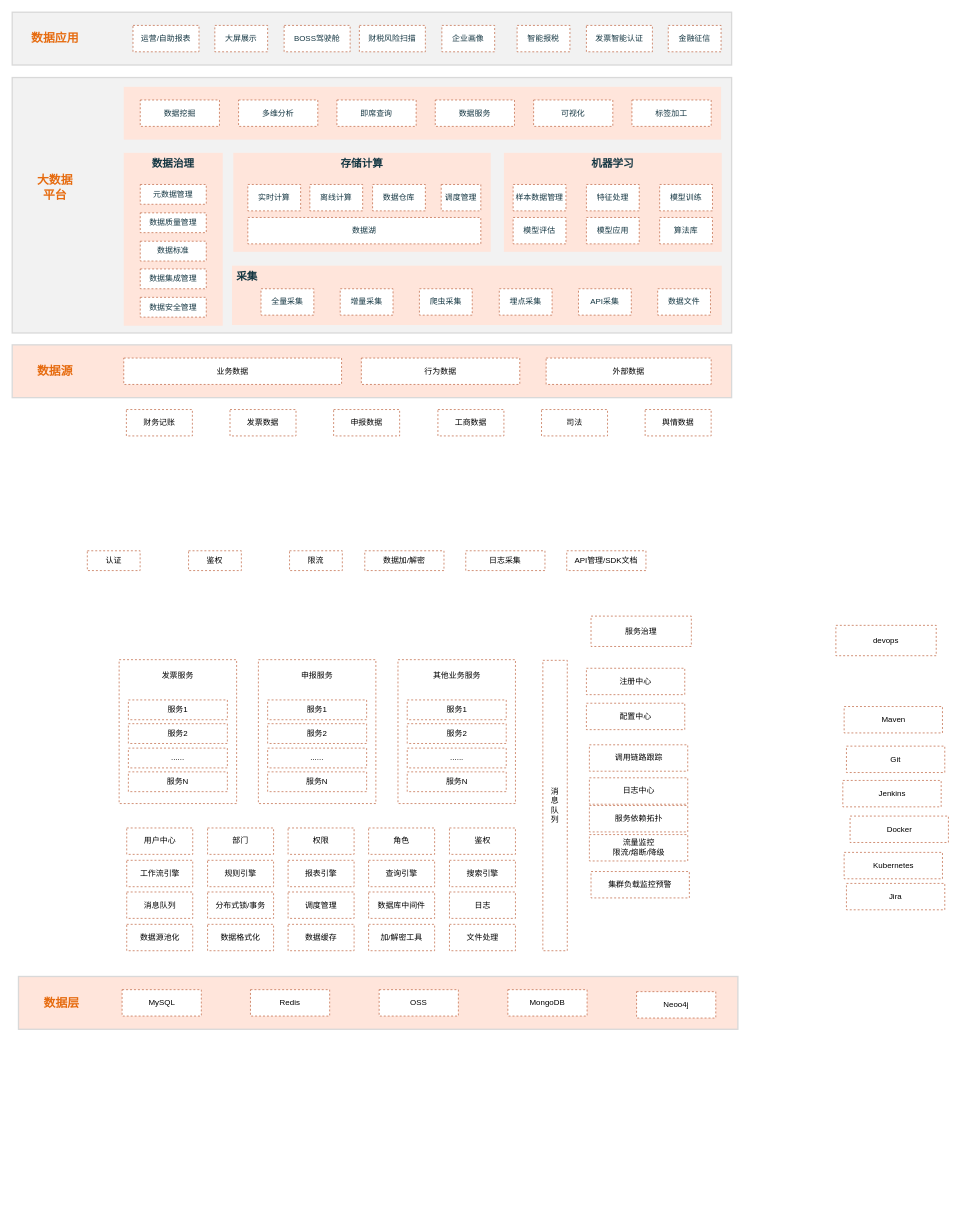
Above: 大数据.drawio in xingzhihe/hello-world (draw.io), before the change. Source tidied: cells renumbered, new cells numbered last; positions are measured from the earlier drawing's top-left corner, leaving out a move shared by most shapes. Both pictures are drawn from the tidied source at 66%, with x=0, y=0 at pixel (12, 12).
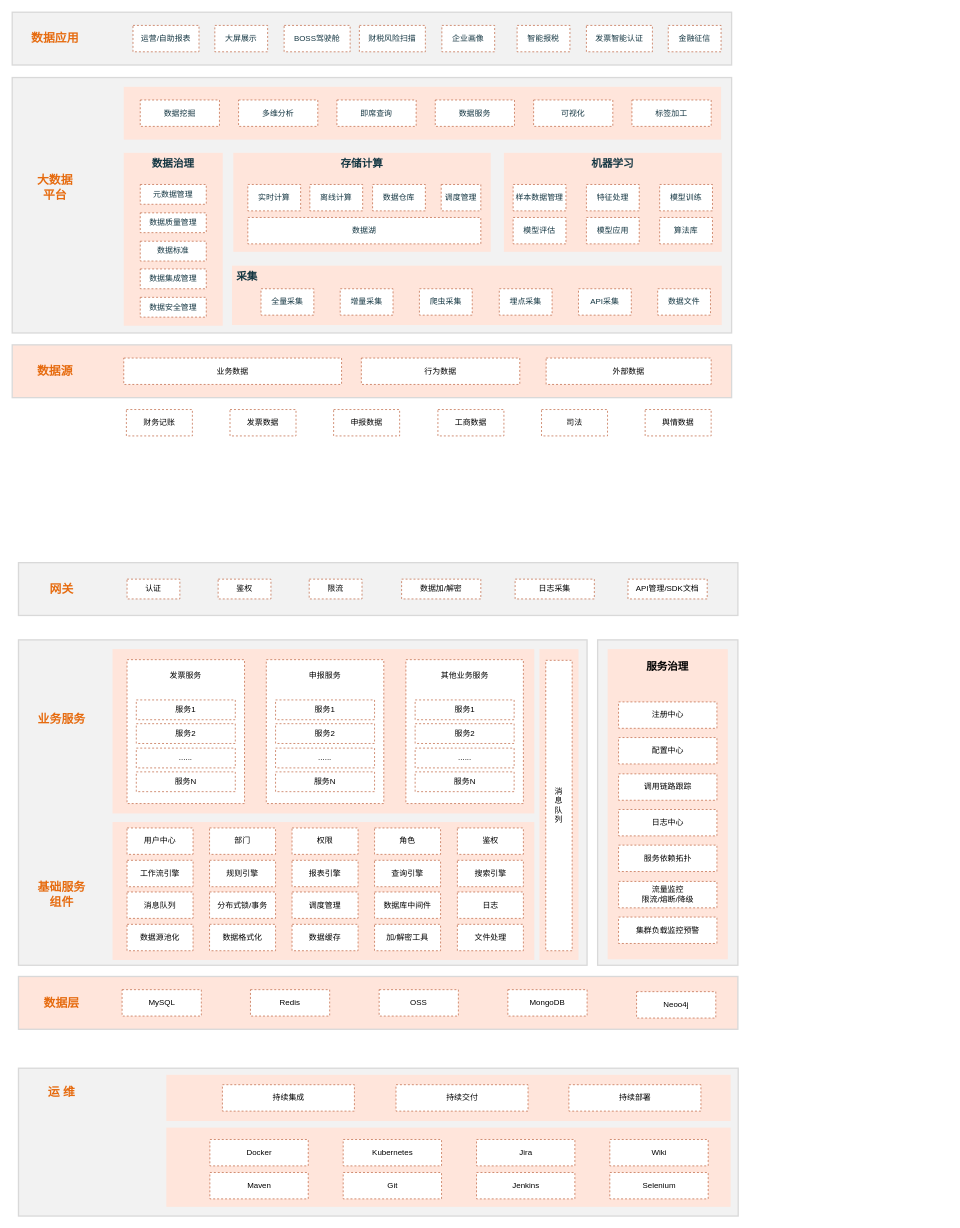
Above is the later version.

Commit message:
更新大数据.drawio

Change to the diagram source:
```diff
@@
+    <mxCell id="125" style="whiteSpace=wrap;html=1;fontSize=18;fontStyle=1;strokeWidth=2;fillColor=#F2F2F2;strokeColor=#D9D9D9;" parent="1" vertex="1">
+      <mxGeometry x="9.5" y="1600" width="1090.5" height="224" as="geometry" />
+    </mxCell>
+    <mxCell id="126" style="whiteSpace=wrap;html=1;strokeColor=none;dashed=1;verticalAlign=top;spacingTop=0;fillColor=#FFE5DB;fontSize=16;" parent="1" vertex="1">
+      <mxGeometry x="233.5" y="1610" width="855" height="70" as="geometry" />
+    </mxCell>
+    <mxCell id="127" style="whiteSpace=wrap;html=1;strokeColor=none;dashed=1;verticalAlign=top;spacingTop=0;fillColor=#FFE5DB;fontSize=16;" parent="1" vertex="1">
+      <mxGeometry x="233.5" y="1690" width="855" height="120" as="geometry" />
+    </mxCell>
+    <mxCell id="128" style="whiteSpace=wrap;html=1;fontSize=18;fontStyle=1;strokeWidth=2;fillColor=#F2F2F2;strokeColor=#D9D9D9;" parent="1" vertex="1">
+      <mxGeometry x="9.5" y="834" width="1090" height="80" as="geometry" />
+    </mxCell>
+    <mxCell id="129" value="网关" style="whiteSpace=wrap;html=1;fillColor=none;strokeColor=none;fontStyle=1;fontSize=18;fontColor=#E66B0F;" parent="1" vertex="1">
+      <mxGeometry x="14.5" y="854" width="120" height="40" as="geometry" />
+    </mxCell>
+    <mxCell id="130" style="whiteSpace=wrap;html=1;fontSize=18;fontStyle=1;strokeWidth=2;fillColor=#F2F2F2;strokeColor=#D9D9D9;" parent="1" vertex="1">
+      <mxGeometry x="9.5" y="951" width="861.5" height="493" as="geometry" />
+    </mxCell>
+    <mxCell id="131" style="whiteSpace=wrap;html=1;align=center;verticalAlign=top;fontSize=16;fontStyle=1;fillColor=#FFE5DB;strokeColor=none;fontColor=#143642;" parent="1" vertex="1">
+      <mxGeometry x="798.8" y="965" width="59.2" height="471" as="geometry" />
+    </mxCell>
+    <mxCell id="132" style="whiteSpace=wrap;html=1;align=center;verticalAlign=top;fontSize=16;fontStyle=1;fillColor=#FFE5DB;strokeColor=none;fontColor=#143642;" parent="1" vertex="1">
+      <mxGeometry x="152" y="1227" width="639" height="209" as="geometry" />
+    </mxCell>
+    <mxCell id="133" style="whiteSpace=wrap;html=1;align=center;verticalAlign=top;fontSize=16;fontStyle=1;fillColor=#FFE5DB;strokeColor=none;fontColor=#143642;" parent="1" vertex="1">
+      <mxGeometry x="152" y="965" width="639" height="249" as="geometry" />
+    </mxCell>
+    <mxCell id="134" value="基础服务&lt;br&gt;组件" style="whiteSpace=wrap;html=1;fontSize=18;fontStyle=1;strokeColor=none;fillColor=none;fontColor=#E66B0F;" parent="1" vertex="1">
+      <mxGeometry x="14.5" y="1317" width="120" height="40" as="geometry" />
+    </mxCell>
@@
     <mxCell id="63" value="数据源池化" style="whiteSpace=wrap;html=1;strokeColor=#BB5933;dashed=1;" parent="1" vertex="1">
-      <mxGeometry x="173.5" y="1382" width="100" height="40" as="geometry" />
+      <mxGeometry x="174" y="1382" width="100" height="40" as="geometry" />
     </mxCell>
     <mxCell id="64" value="数据格式化" style="whiteSpace=wrap;html=1;strokeColor=#BB5933;dashed=1;" parent="1" vertex="1">
-      <mxGeometry x="296" y="1382" width="100" height="40" as="geometry" />
+      <mxGeometry x="299" y="1382" width="100" height="40" as="geometry" />
     </mxCell>
     <mxCell id="65" value="数据缓存" style="whiteSpace=wrap;html=1;strokeColor=#BB5933;dashed=1;" parent="1" vertex="1">
-      <mxGeometry x="418" y="1382" width="100" height="40" as="geometry" />
+      <mxGeometry x="424" y="1382" width="100" height="40" as="geometry" />
     </mxCell>
     <mxCell id="66" value="加/解密工具" style="whiteSpace=wrap;html=1;strokeColor=#BB5933;dashed=1;" parent="1" vertex="1">
-      <mxGeometry x="540" y="1382" width="100" height="40" as="geometry" />
+      <mxGeometry x="549" y="1382" width="100" height="40" as="geometry" />
     </mxCell>
     <mxCell id="67" value="文件处理" style="whiteSpace=wrap;html=1;strokeColor=#BB5933;dashed=1;" parent="1" vertex="1">
-      <mxGeometry x="662.5" y="1382" width="100" height="40" as="geometry" />
+      <mxGeometry x="674.5" y="1382" width="100" height="40" as="geometry" />
     </mxCell>
     <mxCell id="68" value="消息队列" style="whiteSpace=wrap;html=1;strokeColor=#BB5933;dashed=1;" parent="1" vertex="1">
-      <mxGeometry x="173.5" y="1333" width="100" height="40" as="geometry" />
+      <mxGeometry x="174" y="1333" width="100" height="40" as="geometry" />
     </mxCell>
     <mxCell id="69" value="分布式锁/事务" style="whiteSpace=wrap;html=1;strokeColor=#BB5933;dashed=1;" parent="1" vertex="1">
-      <mxGeometry x="296" y="1333" width="100" height="40" as="geometry" />
+      <mxGeometry x="299" y="1333" width="100" height="40" as="geometry" />
     </mxCell>
     <mxCell id="70" value="调度管理" style="whiteSpace=wrap;html=1;strokeColor=#BB5933;dashed=1;" parent="1" vertex="1">
-      <mxGeometry x="418" y="1333" width="100" height="40" as="geometry" />
+      <mxGeometry x="424" y="1333" width="100" height="40" as="geometry" />
     </mxCell>
     <mxCell id="71" value="工作流引擎" style="whiteSpace=wrap;html=1;strokeColor=#BB5933;dashed=1;" parent="1" vertex="1">
-      <mxGeometry x="173.5" y="1285" width="100" height="40" as="geometry" />
+      <mxGeometry x="174" y="1285" width="100" height="40" as="geometry" />
     </mxCell>
     <mxCell id="72" value="搜索引擎" style="whiteSpace=wrap;html=1;strokeColor=#BB5933;dashed=1;" parent="1" vertex="1">
-      <mxGeometry x="662.5" y="1285" width="100" height="40" as="geometry" />
+      <mxGeometry x="674.5" y="1285" width="100" height="40" as="geometry" />
     </mxCell>
     <mxCell id="73" value="查询引擎" style="whiteSpace=wrap;html=1;strokeColor=#BB5933;dashed=1;" parent="1" vertex="1">
-      <mxGeometry x="540" y="1285" width="100" height="40" as="geometry" />
+      <mxGeometry x="549" y="1285" width="100" height="40" as="geometry" />
     </mxCell>
     <mxCell id="74" value="报表引擎" style="whiteSpace=wrap;html=1;strokeColor=#BB5933;dashed=1;" parent="1" vertex="1">
-      <mxGeometry x="418" y="1285" width="100" height="40" as="geometry" />
+      <mxGeometry x="424" y="1285" width="100" height="40" as="geometry" />
     </mxCell>
     <mxCell id="75" value="规则引擎" style="whiteSpace=wrap;html=1;strokeColor=#BB5933;dashed=1;" parent="1" vertex="1">
-      <mxGeometry x="296" y="1285" width="100" height="40" as="geometry" />
+      <mxGeometry x="299" y="1285" width="100" height="40" as="geometry" />
     </mxCell>
     <mxCell id="76" value="鉴权" style="whiteSpace=wrap;html=1;strokeColor=#BB5933;dashed=1;" parent="1" vertex="1">
-      <mxGeometry x="662.5" y="1236" width="100" height="40" as="geometry" />
+      <mxGeometry x="674.5" y="1236" width="100" height="40" as="geometry" />
     </mxCell>
     <mxCell id="77" value="日志" style="whiteSpace=wrap;html=1;strokeColor=#BB5933;dashed=1;" parent="1" vertex="1">
-      <mxGeometry x="662.5" y="1333" width="100" height="40" as="geometry" />
+      <mxGeometry x="674.5" y="1333" width="100" height="40" as="geometry" />
     </mxCell>
     <mxCell id="78" value="用户中心" style="whiteSpace=wrap;html=1;strokeColor=#BB5933;dashed=1;" parent="1" vertex="1">
-      <mxGeometry x="173.5" y="1236" width="100" height="40" as="geometry" />
+      <mxGeometry x="174" y="1236" width="100" height="40" as="geometry" />
     </mxCell>
     <mxCell id="79" value="部门" style="whiteSpace=wrap;html=1;strokeColor=#BB5933;dashed=1;" parent="1" vertex="1">
-      <mxGeometry x="296" y="1236" width="100" height="40" as="geometry" />
+      <mxGeometry x="299" y="1236" width="100" height="40" as="geometry" />
     </mxCell>
     <mxCell id="80" value="权限" style="whiteSpace=wrap;html=1;strokeColor=#BB5933;dashed=1;" parent="1" vertex="1">
-      <mxGeometry x="418" y="1236" width="100" height="40" as="geometry" />
+      <mxGeometry x="424" y="1236" width="100" height="40" as="geometry" />
     </mxCell>
     <mxCell id="81" value="角色" style="whiteSpace=wrap;html=1;strokeColor=#BB5933;dashed=1;" parent="1" vertex="1">
-      <mxGeometry x="540" y="1236" width="100" height="40" as="geometry" />
+      <mxGeometry x="549" y="1236" width="100" height="40" as="geometry" />
     </mxCell>
     <mxCell id="82" value="认证" style="whiteSpace=wrap;html=1;strokeColor=#BB5933;dashed=1;" parent="1" vertex="1">
-      <mxGeometry x="113.8" y="816" width="80" height="30" as="geometry" />
+      <mxGeometry x="174" y="859" width="80" height="30" as="geometry" />
     </mxCell>
     <mxCell id="83" value="限流" style="whiteSpace=wrap;html=1;strokeColor=#BB5933;dashed=1;" parent="1" vertex="1">
-      <mxGeometry x="420.2" y="816" width="80" height="30" as="geometry" />
+      <mxGeometry x="450" y="859" width="80" height="30" as="geometry" />
     </mxCell>
     <mxCell id="84" value="数据加/解密" style="whiteSpace=wrap;html=1;strokeColor=#BB5933;dashed=1;" parent="1" vertex="1">
-      <mxGeometry x="534.2" y="816" width="120" height="30" as="geometry" />
+      <mxGeometry x="590" y="859" width="120" height="30" as="geometry" />
     </mxCell>
     <mxCell id="85" value="日志采集" style="whiteSpace=wrap;html=1;strokeColor=#BB5933;dashed=1;" parent="1" vertex="1">
-      <mxGeometry x="687.2" y="816" width="120" height="30" as="geometry" />
+      <mxGeometry x="762" y="859" width="120" height="30" as="geometry" />
     </mxCell>
     <mxCell id="86" value="API管理/SDK文档" style="whiteSpace=wrap;html=1;strokeColor=#BB5933;dashed=1;" parent="1" vertex="1">
-      <mxGeometry x="840.2" y="816" width="120" height="30" as="geometry" />
+      <mxGeometry x="933" y="859" width="120" height="30" as="geometry" />
     </mxCell>
     <mxCell id="87" value="消&lt;br&gt;息&lt;br&gt;队&lt;br&gt;列" style="whiteSpace=wrap;html=1;strokeColor=#BB5933;dashed=1;" parent="1" vertex="1">
-      <mxGeometry x="804" y="982" width="37" height="440" as="geometry" />
+      <mxGeometry x="808.4" y="982" width="40" height="440" as="geometry" />
     </mxCell>
-    <mxCell id="88" value="服务治理" style="whiteSpace=wrap;html=1;strokeColor=#BB5933;dashed=1;" parent="1" vertex="1">
-      <mxGeometry x="877" y="915" width="152" height="46" as="geometry" />
-    </mxCell>
     <mxCell id="89" value="Maven" style="whiteSpace=wrap;html=1;strokeColor=#BB5933;dashed=1;" parent="1" vertex="1">
-      <mxGeometry x="1260.5" y="1052" width="149" height="40" as="geometry" />
+      <mxGeometry x="299.5" y="1758" width="149" height="40" as="geometry" />
     </mxCell>
     <mxCell id="90" value="Git" style="whiteSpace=wrap;html=1;strokeColor=#BB5933;dashed=1;" parent="1" vertex="1">
-      <mxGeometry x="1264" y="1112" width="149" height="40" as="geometry" />
+      <mxGeometry x="501.5" y="1758" width="149" height="40" as="geometry" />
     </mxCell>
-    <mxCell id="91" value="调用链路跟踪" style="whiteSpace=wrap;html=1;strokeColor=#BB5933;dashed=1;" parent="1" vertex="1">
-      <mxGeometry x="874.5" y="1110" width="149" height="40" as="geometry" />
-    </mxCell>
-    <mxCell id="92" value="日志中心" style="whiteSpace=wrap;html=1;strokeColor=#BB5933;dashed=1;" parent="1" vertex="1">
-      <mxGeometry x="874.5" y="1160" width="149" height="40" as="geometry" />
-    </mxCell>
-    <mxCell id="93" value="集群负载监控预警" style="whiteSpace=wrap;html=1;strokeColor=#BB5933;dashed=1;" parent="1" vertex="1">
-      <mxGeometry x="877" y="1302" width="149" height="40" as="geometry" />
-    </mxCell>
     <mxCell id="94" value="Docker" style="whiteSpace=wrap;html=1;strokeColor=#BB5933;dashed=1;" parent="1" vertex="1">
-      <mxGeometry x="1269.5" y="1218" width="149" height="40" as="geometry" />
+      <mxGeometry x="299.5" y="1708" width="149" height="40" as="geometry" />
     </mxCell>
     <mxCell id="95" value="Jenkins" style="whiteSpace=wrap;html=1;strokeColor=#BB5933;dashed=1;" parent="1" vertex="1">
-      <mxGeometry x="1258.5" y="1164" width="149" height="40" as="geometry" />
+      <mxGeometry x="703.5" y="1758" width="149" height="40" as="geometry" />
     </mxCell>
-    <mxCell id="96" value="流量监控&lt;br&gt;限流/熔断/降级" style="whiteSpace=wrap;html=1;strokeColor=#BB5933;dashed=1;" parent="1" vertex="1">
-      <mxGeometry x="874.5" y="1246" width="149" height="40" as="geometry" />
-    </mxCell>
-    <mxCell id="97" value="配置中心" style="whiteSpace=wrap;html=1;strokeColor=#BB5933;dashed=1;" parent="1" vertex="1">
-      <mxGeometry x="870" y="1047" width="149" height="40" as="geometry" />
-    </mxCell>
-    <mxCell id="98" value="注册中心" style="whiteSpace=wrap;html=1;strokeColor=#BB5933;dashed=1;" parent="1" vertex="1">
-      <mxGeometry x="870" y="994" width="149" height="40" as="geometry" />
-    </mxCell>
     <mxCell id="99" value="Kubernetes" style="whiteSpace=wrap;html=1;strokeColor=#BB5933;dashed=1;" parent="1" vertex="1">
-      <mxGeometry x="1260.5" y="1273" width="149" height="40" as="geometry" />
+      <mxGeometry x="501.5" y="1708" width="149" height="40" as="geometry" />
     </mxCell>
     <mxCell id="100" value="Jira" style="whiteSpace=wrap;html=1;strokeColor=#BB5933;dashed=1;" parent="1" vertex="1">
-      <mxGeometry x="1264" y="1320" width="149" height="40" as="geometry" />
+      <mxGeometry x="703.5" y="1708" width="149" height="40" as="geometry" />
     </mxCell>
-    <mxCell id="101" value="devops" style="whiteSpace=wrap;html=1;strokeColor=#BB5933;dashed=1;" parent="1" vertex="1">
-      <mxGeometry x="1248" y="929" width="152" height="46" as="geometry" />
-    </mxCell>
-    <mxCell id="102" value="服务依赖拓扑" style="whiteSpace=wrap;html=1;strokeColor=#BB5933;dashed=1;" parent="1" vertex="1">
-      <mxGeometry x="874.5" y="1202" width="149" height="40" as="geometry" />
-    </mxCell>
@@
     <mxCell id="105" value="数据库中间件" style="whiteSpace=wrap;html=1;strokeColor=#BB5933;dashed=1;" parent="1" vertex="1">
-      <mxGeometry x="540" y="1333" width="100" height="40" as="geometry" />
+      <mxGeometry x="549" y="1333" width="100" height="40" as="geometry" />
     </mxCell>
-    <mxCell id="106" style="group;" parent="1" vertex="1">
-      <mxGeometry x="162" y="981" width="178" height="218" as="geometry" />
-    </mxCell>
-    <mxCell id="107" value="发票服务" style="whiteSpace=wrap;html=1;strokeColor=#BB5933;dashed=1;verticalAlign=top;spacingBottom=0;spacingTop=10;" parent="106" vertex="1">
-      <mxGeometry width="178" height="218" as="geometry" />
-    </mxCell>
-    <mxCell id="108" value="服务1" style="whiteSpace=wrap;html=1;strokeColor=#BB5933;dashed=1;" parent="106" vertex="1">
-      <mxGeometry x="14" y="61" width="150" height="30" as="geometry" />
-    </mxCell>
-    <mxCell id="109" value="服务2" style="whiteSpace=wrap;html=1;strokeColor=#BB5933;dashed=1;" parent="106" vertex="1">
-      <mxGeometry x="14" y="97" width="150" height="30" as="geometry" />
-    </mxCell>
-    <mxCell id="110" value="......" style="whiteSpace=wrap;html=1;strokeColor=#BB5933;dashed=1;" parent="106" vertex="1">
-      <mxGeometry x="14" y="134" width="150" height="30" as="geometry" />
-    </mxCell>
-    <mxCell id="111" value="服务N" style="whiteSpace=wrap;html=1;strokeColor=#BB5933;dashed=1;" parent="106" vertex="1">
-      <mxGeometry x="14" y="170" width="150" height="30" as="geometry" />
-    </mxCell>
     <mxCell id="112" style="group;" parent="1" vertex="1">
-      <mxGeometry x="373" y="981" width="178" height="218" as="geometry" />
+      <mxGeometry x="385" y="981" width="178" height="218" as="geometry" />
     </mxCell>
@@
     <mxCell id="118" style="group;" parent="1" vertex="1">
-      <mxGeometry x="584.5" y="981" width="178" height="218" as="geometry" />
+      <mxGeometry x="596.5" y="981" width="178" height="218" as="geometry" />
     </mxCell>
@@
     <mxCell id="124" value="鉴权" style="whiteSpace=wrap;html=1;strokeColor=#BB5933;dashed=1;" parent="1" vertex="1">
-      <mxGeometry x="267.2" y="816" width="80" height="30" as="geometry" />
+      <mxGeometry x="312" y="859" width="80" height="30" as="geometry" />
     </mxCell>
+    <mxCell id="135" value="业务服务" style="whiteSpace=wrap;html=1;fontSize=18;fontStyle=1;strokeColor=none;fillColor=none;fontColor=#E66B0F;" parent="1" vertex="1">
+      <mxGeometry x="14.5" y="1052" width="120" height="40" as="geometry" />
+    </mxCell>
+    <mxCell id="136" style="whiteSpace=wrap;html=1;fontSize=18;fontStyle=1;strokeWidth=2;fillColor=#F2F2F2;strokeColor=#D9D9D9;" parent="1" vertex="1">
+      <mxGeometry x="887" y="951" width="212.5" height="493" as="geometry" />
+    </mxCell>
+    <mxCell id="137" style="group;" parent="1" vertex="1">
+      <mxGeometry x="174" y="981" width="178" height="218" as="geometry" />
+    </mxCell>
+    <mxCell id="107" value="发票服务" style="whiteSpace=wrap;html=1;strokeColor=#BB5933;dashed=1;verticalAlign=top;spacingBottom=0;spacingTop=10;" parent="137" vertex="1">
+      <mxGeometry width="178" height="218" as="geometry" />
+    </mxCell>
+    <mxCell id="108" value="服务1" style="whiteSpace=wrap;html=1;strokeColor=#BB5933;dashed=1;" parent="137" vertex="1">
+      <mxGeometry x="14" y="61" width="150" height="30" as="geometry" />
+    </mxCell>
+    <mxCell id="109" value="服务2" style="whiteSpace=wrap;html=1;strokeColor=#BB5933;dashed=1;" parent="137" vertex="1">
+      <mxGeometry x="14" y="97" width="150" height="30" as="geometry" />
+    </mxCell>
+    <mxCell id="110" value="......" style="whiteSpace=wrap;html=1;strokeColor=#BB5933;dashed=1;" parent="137" vertex="1">
+      <mxGeometry x="14" y="134" width="150" height="30" as="geometry" />
+    </mxCell>
+    <mxCell id="111" value="服务N" style="whiteSpace=wrap;html=1;strokeColor=#BB5933;dashed=1;" parent="137" vertex="1">
+      <mxGeometry x="14" y="170" width="150" height="30" as="geometry" />
+    </mxCell>
+    <mxCell id="138" style="group;" parent="1" vertex="1">
+      <mxGeometry x="902.2" y="965" width="182" height="470" as="geometry" />
+    </mxCell>
+    <mxCell id="88" value="&lt;b style=&quot;font-size: 16px;&quot;&gt;&lt;font style=&quot;font-size: 16px;&quot;&gt;服务治理&lt;/font&gt;&lt;/b&gt;" style="whiteSpace=wrap;html=1;strokeColor=none;dashed=1;verticalAlign=top;spacingTop=10;fillColor=#FFE5DB;fontSize=16;" parent="138" vertex="1">
+      <mxGeometry width="182" height="470" as="geometry" />
+    </mxCell>
+    <mxCell id="91" value="调用链路跟踪" style="whiteSpace=wrap;html=1;strokeColor=#BB5933;dashed=1;" parent="138" vertex="1">
+      <mxGeometry x="16.5" y="189" width="149" height="40" as="geometry" />
+    </mxCell>
+    <mxCell id="92" value="日志中心" style="whiteSpace=wrap;html=1;strokeColor=#BB5933;dashed=1;" parent="138" vertex="1">
+      <mxGeometry x="16.5" y="243" width="149" height="40" as="geometry" />
+    </mxCell>
+    <mxCell id="93" value="集群负载监控预警" style="whiteSpace=wrap;html=1;strokeColor=#BB5933;dashed=1;" parent="138" vertex="1">
+      <mxGeometry x="16.5" y="406" width="149" height="40" as="geometry" />
+    </mxCell>
+    <mxCell id="96" value="流量监控&lt;br&gt;限流/熔断/降级" style="whiteSpace=wrap;html=1;strokeColor=#BB5933;dashed=1;" parent="138" vertex="1">
+      <mxGeometry x="16.5" y="352" width="149" height="40" as="geometry" />
+    </mxCell>
+    <mxCell id="97" value="配置中心" style="whiteSpace=wrap;html=1;strokeColor=#BB5933;dashed=1;" parent="138" vertex="1">
+      <mxGeometry x="16.5" y="134" width="149" height="40" as="geometry" />
+    </mxCell>
+    <mxCell id="98" value="注册中心" style="whiteSpace=wrap;html=1;strokeColor=#BB5933;dashed=1;" parent="138" vertex="1">
+      <mxGeometry x="16.5" y="80" width="149" height="40" as="geometry" />
+    </mxCell>
+    <mxCell id="102" value="服务依赖拓扑" style="whiteSpace=wrap;html=1;strokeColor=#BB5933;dashed=1;" parent="138" vertex="1">
+      <mxGeometry x="16.5" y="297" width="149" height="40" as="geometry" />
+    </mxCell>
+    <mxCell id="139" value="Wiki" style="whiteSpace=wrap;html=1;strokeColor=#BB5933;dashed=1;" parent="1" vertex="1">
+      <mxGeometry x="905.5" y="1708" width="149" height="40" as="geometry" />
+    </mxCell>
+    <mxCell id="140" value="持续集成" style="whiteSpace=wrap;html=1;strokeColor=#BB5933;dashed=1;" parent="1" vertex="1">
+      <mxGeometry x="318.5" y="1625" width="200" height="40" as="geometry" />
+    </mxCell>
+    <mxCell id="141" value="持续交付" style="whiteSpace=wrap;html=1;strokeColor=#BB5933;dashed=1;" parent="1" vertex="1">
+      <mxGeometry x="581.5" y="1625" width="200" height="40" as="geometry" />
+    </mxCell>
+    <mxCell id="142" value="持续部署" style="whiteSpace=wrap;html=1;strokeColor=#BB5933;dashed=1;" parent="1" vertex="1">
+      <mxGeometry x="843.5" y="1625" width="200" height="40" as="geometry" />
+    </mxCell>
+    <mxCell id="143" value="Selenium" style="whiteSpace=wrap;html=1;strokeColor=#BB5933;dashed=1;" parent="1" vertex="1">
+      <mxGeometry x="905.5" y="1758" width="149" height="40" as="geometry" />
+    </mxCell>
+    <mxCell id="144" value="运 维" style="whiteSpace=wrap;html=1;fillColor=none;strokeColor=none;fontSize=18;fontStyle=1;fontColor=#E66B0F;" parent="1" vertex="1">
+      <mxGeometry x="14.5" y="1617" width="120" height="40" as="geometry" />
+    </mxCell>
```
